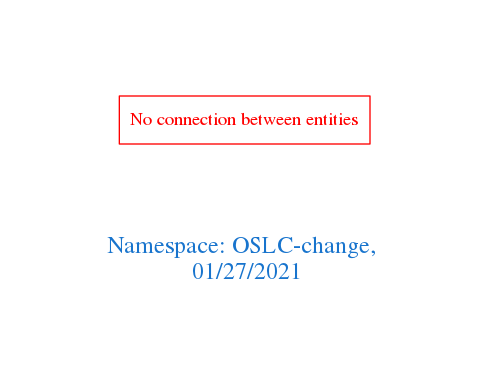
Earlier version of the Graphviz export downloads/OSLC-change.png (arago/OGIT). Its source is kept beside it as downloads/OSLC-change.dot.
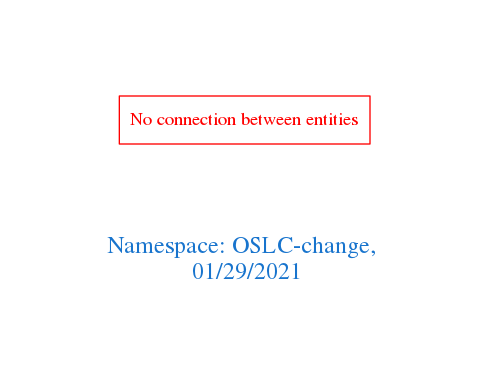
Above is the later version.

What changed in the source:
```diff
@@ -1,7 +1,7 @@
 digraph OGIT_ontology {
  graph [ rankdir= LR,pad=1
 fontsize = 18,
-fontcolor= dodgerblue3,label = "\n\n\nNamespace: OSLC-change, \n 01/27/2021"];
+fontcolor= dodgerblue3,label = "\n\n\nNamespace: OSLC-change, \n 01/29/2021"];
 node[shape=polygon];
 edge [  color="gray81"];
 
```
